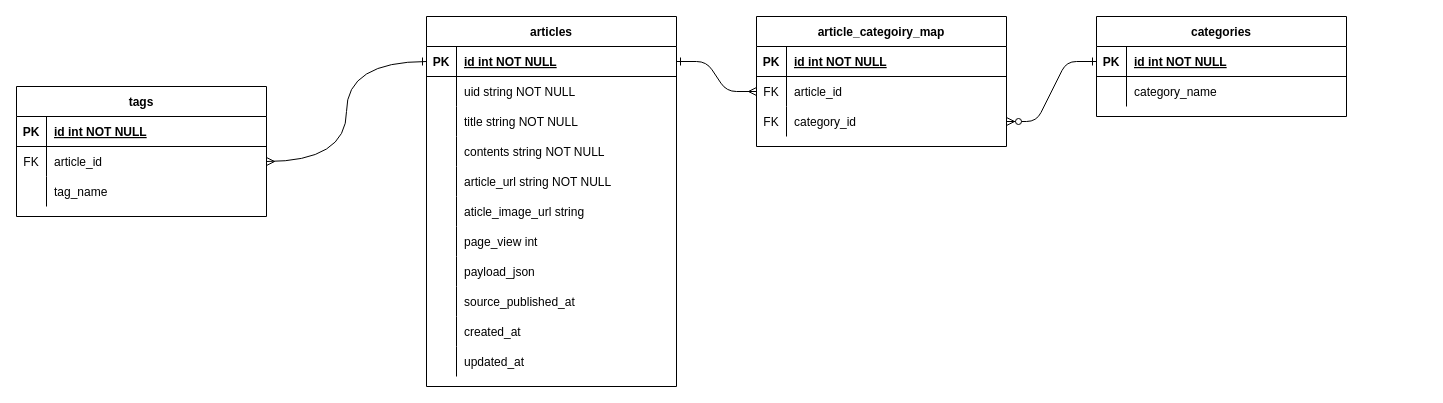
Above: er.drawio in protean-space/g-now (draw.io), before the change. Source tidied: cells renumbered, new cells numbered last; positions are measured from the earlier drawing's top-left corner, leaving out a move shared by most shapes. Both pictures are drawn from the tidied source at 100%, with x=0, y=0 at pixel (16, 16).
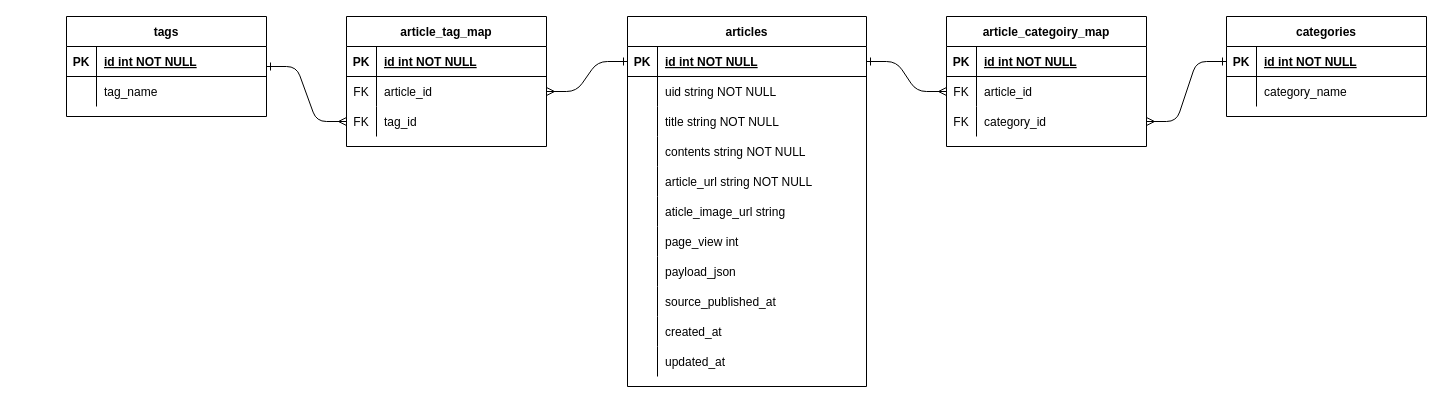
After the change.

Commit message (it also covers changes not shown here):
:memo: Add table 'article_tag_map'

Diff of the diagram source:
```diff
@@
-    <mxCell id="3" style="edgeStyle=entityRelationEdgeStyle;endArrow=ERzeroToMany;startArrow=ERone;endFill=1;startFill=0;entryX=1;entryY=0.5;entryDx=0;entryDy=0;exitX=0;exitY=0.5;exitDx=0;exitDy=0;" parent="1" edge="1" source="15" target="11">
+    <mxCell id="3" style="edgeStyle=entityRelationEdgeStyle;endArrow=ERmany;startArrow=ERone;endFill=0;startFill=0;entryX=1;entryY=0.5;entryDx=0;entryDy=0;exitX=0;exitY=0.5;exitDx=0;exitDy=0;" parent="1" edge="1" source="15" target="11">
       <mxGeometry relative="1" as="geometry" />
     </mxCell>
     <mxCell id="4" value="article_categoiry_map" style="shape=table;startSize=30;childLayout=tableLayout;rowLines=0;fontStyle=1;align=center;" parent="1" vertex="1">
-      <mxGeometry x="740" width="250" height="130" as="geometry" />
+      <mxGeometry x="930" width="200" height="130" as="geometry" />
     </mxCell>
     <mxCell id="5" style="shape=partialRectangle;fillColor=none;top=0;left=0;right=0;bottom=1;" parent="4" vertex="1">
-      <mxGeometry y="30" width="250" height="30" as="geometry" />
+      <mxGeometry y="30" width="200" height="30" as="geometry" />
     </mxCell>
@@
     <mxCell id="7" value="id int NOT NULL " style="shape=partialRectangle;overflow=hidden;fillColor=none;top=0;left=0;bottom=0;right=0;align=left;spacingLeft=6;fontStyle=5;" parent="5" vertex="1">
-      <mxGeometry x="30" width="220" height="30" as="geometry" />
+      <mxGeometry x="30" width="170" height="30" as="geometry" />
     </mxCell>
     <mxCell id="8" style="shape=partialRectangle;fillColor=none;points=[[0,0.5],[1,0.5]];portConstraint=eastwest;top=0;left=0;right=0;bottom=0;" parent="4" vertex="1">
-      <mxGeometry y="60" width="250" height="30" as="geometry" />
+      <mxGeometry y="60" width="200" height="30" as="geometry" />
     </mxCell>
@@
     <mxCell id="10" value="article_id" style="shape=partialRectangle;overflow=hidden;fillColor=none;top=0;left=0;bottom=0;right=0;align=left;spacingLeft=6;" parent="8" vertex="1">
-      <mxGeometry x="30" width="220" height="30" as="geometry" />
+      <mxGeometry x="30" width="170" height="30" as="geometry" />
     </mxCell>
     <mxCell id="11" style="shape=partialRectangle;fillColor=none;points=[[0,0.5],[1,0.5]];portConstraint=eastwest;top=0;left=0;right=0;bottom=0;" parent="4" vertex="1">
-      <mxGeometry y="90" width="250" height="30" as="geometry" />
+      <mxGeometry y="90" width="200" height="30" as="geometry" />
     </mxCell>
@@
     <mxCell id="13" value="category_id" style="shape=partialRectangle;overflow=hidden;fillColor=none;top=0;left=0;bottom=0;right=0;align=left;spacingLeft=6;" parent="11" vertex="1">
-      <mxGeometry x="30" width="220" height="30" as="geometry" />
+      <mxGeometry x="30" width="170" height="30" as="geometry" />
     </mxCell>
     <mxCell id="14" value="categories" style="shape=table;startSize=30;childLayout=tableLayout;rowLines=0;fontStyle=1;align=center;" parent="1" vertex="1">
-      <mxGeometry x="1080" width="250" height="100" as="geometry" />
+      <mxGeometry x="1210" width="200" height="100" as="geometry" />
     </mxCell>
     <mxCell id="15" style="shape=partialRectangle;fillColor=none;points=[[0,0.5],[1,0.5]];portConstraint=eastwest;top=0;left=0;right=0;bottom=1;" parent="14" vertex="1">
-      <mxGeometry y="30" width="250" height="30" as="geometry" />
+      <mxGeometry y="30" width="200" height="30" as="geometry" />
     </mxCell>
@@
     <mxCell id="17" value="id int NOT NULL" style="shape=partialRectangle;overflow=hidden;fillColor=none;top=0;left=0;bottom=0;right=0;align=left;spacingLeft=6;fontStyle=5;" parent="15" vertex="1">
-      <mxGeometry x="30" width="220" height="30" as="geometry" />
+      <mxGeometry x="30" width="170" height="30" as="geometry" />
     </mxCell>
     <mxCell id="18" style="shape=partialRectangle;fillColor=none;top=0;left=0;right=0;bottom=0;" parent="14" vertex="1">
-      <mxGeometry y="60" width="250" height="30" as="geometry" />
+      <mxGeometry y="60" width="200" height="30" as="geometry" />
     </mxCell>
@@
     <mxCell id="20" value="category_name" style="shape=partialRectangle;overflow=hidden;fillColor=none;top=0;left=0;bottom=0;right=0;align=left;spacingLeft=6;" parent="18" vertex="1">
-      <mxGeometry x="30" width="220" height="30" as="geometry" />
+      <mxGeometry x="30" width="170" height="30" as="geometry" />
     </mxCell>
     <mxCell id="21" value="articles" style="shape=table;startSize=30;childLayout=tableLayout;rowLines=0;fontStyle=1;align=center;fontColor=default;" parent="1" vertex="1">
-      <mxGeometry x="410" width="250" height="370" as="geometry" />
+      <mxGeometry x="611" width="239" height="370" as="geometry" />
     </mxCell>
     <mxCell id="22" style="shape=partialRectangle;fillColor=none;points=[[0,0.5],[1,0.5]];portConstraint=eastwest;top=0;left=0;right=0;bottom=1;" parent="21" vertex="1">
-      <mxGeometry y="30" width="250" height="30" as="geometry" />
+      <mxGeometry y="30" width="239" height="30" as="geometry" />
     </mxCell>
@@
     <mxCell id="24" value="id int NOT NULL " style="shape=partialRectangle;overflow=hidden;fillColor=none;top=0;left=0;bottom=0;right=0;align=left;spacingLeft=6;fontStyle=5;" parent="22" vertex="1">
-      <mxGeometry x="30" width="220" height="30" as="geometry" />
+      <mxGeometry x="30" width="209" height="30" as="geometry" />
     </mxCell>
     <mxCell id="25" style="shape=partialRectangle;fillColor=none;top=0;left=0;right=0;bottom=0;" parent="21" vertex="1">
-      <mxGeometry y="60" width="250" height="30" as="geometry" />
+      <mxGeometry y="60" width="239" height="30" as="geometry" />
     </mxCell>
@@
     <mxCell id="27" value="uid string NOT NULL" style="shape=partialRectangle;overflow=hidden;fillColor=none;top=0;left=0;bottom=0;right=0;align=left;spacingLeft=6;" parent="25" vertex="1">
-      <mxGeometry x="30" width="220" height="30" as="geometry" />
+      <mxGeometry x="30" width="209" height="30" as="geometry" />
     </mxCell>
     <mxCell id="28" style="shape=partialRectangle;fillColor=none;top=0;left=0;right=0;bottom=0;" parent="21" vertex="1">
-      <mxGeometry y="90" width="250" height="30" as="geometry" />
+      <mxGeometry y="90" width="239" height="30" as="geometry" />
     </mxCell>
@@
     <mxCell id="30" value="title string NOT NULL" style="shape=partialRectangle;overflow=hidden;fillColor=none;top=0;left=0;bottom=0;right=0;align=left;spacingLeft=6;" parent="28" vertex="1">
-      <mxGeometry x="30" width="220" height="30" as="geometry" />
+      <mxGeometry x="30" width="209" height="30" as="geometry" />
     </mxCell>
     <mxCell id="31" style="shape=partialRectangle;fillColor=none;top=0;left=0;right=0;bottom=0;" parent="21" vertex="1">
-      <mxGeometry y="120" width="250" height="30" as="geometry" />
+      <mxGeometry y="120" width="239" height="30" as="geometry" />
     </mxCell>
@@
     <mxCell id="33" value="contents string NOT NULL" style="shape=partialRectangle;overflow=hidden;fillColor=none;top=0;left=0;bottom=0;right=0;align=left;spacingLeft=6;" parent="31" vertex="1">
-      <mxGeometry x="30" width="220" height="30" as="geometry" />
+      <mxGeometry x="30" width="209" height="30" as="geometry" />
     </mxCell>
     <mxCell id="34" style="shape=partialRectangle;fillColor=none;top=0;left=0;right=0;bottom=0;" parent="21" vertex="1">
-      <mxGeometry y="150" width="250" height="30" as="geometry" />
+      <mxGeometry y="150" width="239" height="30" as="geometry" />
     </mxCell>
@@
     <mxCell id="36" value="article_url string NOT NULL" style="shape=partialRectangle;overflow=hidden;fillColor=none;top=0;left=0;bottom=0;right=0;align=left;spacingLeft=6;" parent="34" vertex="1">
-      <mxGeometry x="30" width="220" height="30" as="geometry" />
+      <mxGeometry x="30" width="209" height="30" as="geometry" />
     </mxCell>
     <mxCell id="37" style="shape=partialRectangle;fillColor=none;top=0;left=0;right=0;bottom=0;" parent="21" vertex="1">
-      <mxGeometry y="180" width="250" height="30" as="geometry" />
+      <mxGeometry y="180" width="239" height="30" as="geometry" />
     </mxCell>
@@
     <mxCell id="39" value="aticle_image_url string" style="shape=partialRectangle;overflow=hidden;fillColor=none;top=0;left=0;bottom=0;right=0;align=left;spacingLeft=6;" parent="37" vertex="1">
-      <mxGeometry x="30" width="220" height="30" as="geometry" />
+      <mxGeometry x="30" width="209" height="30" as="geometry" />
     </mxCell>
     <mxCell id="40" style="shape=partialRectangle;fillColor=none;top=0;left=0;right=0;bottom=0;" parent="21" vertex="1">
-      <mxGeometry y="210" width="250" height="30" as="geometry" />
+      <mxGeometry y="210" width="239" height="30" as="geometry" />
     </mxCell>
@@
     <mxCell id="42" value="page_view int" style="shape=partialRectangle;overflow=hidden;fillColor=none;top=0;left=0;bottom=0;right=0;align=left;spacingLeft=6;" parent="40" vertex="1">
-      <mxGeometry x="30" width="220" height="30" as="geometry" />
+      <mxGeometry x="30" width="209" height="30" as="geometry" />
     </mxCell>
     <mxCell id="43" style="shape=partialRectangle;fillColor=none;top=0;left=0;right=0;bottom=0;" parent="21" vertex="1">
-      <mxGeometry y="240" width="250" height="30" as="geometry" />
+      <mxGeometry y="240" width="239" height="30" as="geometry" />
     </mxCell>
@@
     <mxCell id="45" value="payload_json" style="shape=partialRectangle;overflow=hidden;fillColor=none;top=0;left=0;bottom=0;right=0;align=left;spacingLeft=6;" parent="43" vertex="1">
-      <mxGeometry x="30" width="220" height="30" as="geometry" />
+      <mxGeometry x="30" width="209" height="30" as="geometry" />
     </mxCell>
     <mxCell id="46" style="shape=partialRectangle;fillColor=none;top=0;left=0;right=0;bottom=0;" parent="21" vertex="1">
-      <mxGeometry y="270" width="250" height="30" as="geometry" />
+      <mxGeometry y="270" width="239" height="30" as="geometry" />
     </mxCell>
@@
     <mxCell id="48" value="source_published_at" style="shape=partialRectangle;overflow=hidden;fillColor=none;top=0;left=0;bottom=0;right=0;align=left;spacingLeft=6;" parent="46" vertex="1">
-      <mxGeometry x="30" width="220" height="30" as="geometry" />
+      <mxGeometry x="30" width="209" height="30" as="geometry" />
     </mxCell>
     <mxCell id="49" style="shape=partialRectangle;fillColor=none;top=0;left=0;right=0;bottom=0;" parent="21" vertex="1">
-      <mxGeometry y="300" width="250" height="30" as="geometry" />
+      <mxGeometry y="300" width="239" height="30" as="geometry" />
     </mxCell>
@@
     <mxCell id="51" value="created_at" style="shape=partialRectangle;overflow=hidden;fillColor=none;top=0;left=0;bottom=0;right=0;align=left;spacingLeft=6;" parent="49" vertex="1">
-      <mxGeometry x="30" width="220" height="30" as="geometry" />
+      <mxGeometry x="30" width="209" height="30" as="geometry" />
     </mxCell>
     <mxCell id="52" style="shape=partialRectangle;fillColor=none;top=0;left=0;right=0;bottom=0;" parent="21" vertex="1">
-      <mxGeometry y="330" width="250" height="30" as="geometry" />
+      <mxGeometry y="330" width="239" height="30" as="geometry" />
     </mxCell>
@@
     <mxCell id="54" value="updated_at" style="shape=partialRectangle;overflow=hidden;fillColor=none;top=0;left=0;bottom=0;right=0;align=left;spacingLeft=6;" parent="52" vertex="1">
-      <mxGeometry x="30" width="220" height="30" as="geometry" />
+      <mxGeometry x="30" width="209" height="30" as="geometry" />
     </mxCell>
+    <mxCell id="66" value="article_tag_map" style="shape=table;startSize=30;childLayout=tableLayout;rowLines=0;fontStyle=1;align=center;" parent="1" vertex="1">
+      <mxGeometry x="330" width="200" height="130" as="geometry" />
+    </mxCell>
+    <mxCell id="67" style="shape=partialRectangle;fillColor=none;top=0;left=0;right=0;bottom=1;" parent="66" vertex="1">
+      <mxGeometry y="30" width="200" height="30" as="geometry" />
+    </mxCell>
+    <mxCell id="68" value="PK" style="shape=partialRectangle;overflow=hidden;fillColor=none;top=0;left=0;bottom=0;right=0;fontStyle=1;" parent="67" vertex="1">
+      <mxGeometry width="30" height="30" as="geometry" />
+    </mxCell>
+    <mxCell id="69" value="id int NOT NULL " style="shape=partialRectangle;overflow=hidden;fillColor=none;top=0;left=0;bottom=0;right=0;align=left;spacingLeft=6;fontStyle=5;" parent="67" vertex="1">
+      <mxGeometry x="30" width="170" height="30" as="geometry" />
+    </mxCell>
+    <mxCell id="70" style="shape=partialRectangle;fillColor=none;points=[[0,0.5],[1,0.5]];portConstraint=eastwest;top=0;left=0;right=0;bottom=0;" parent="66" vertex="1">
+      <mxGeometry y="60" width="200" height="30" as="geometry" />
+    </mxCell>
+    <mxCell id="71" value="FK" style="shape=partialRectangle;overflow=hidden;fillColor=none;top=0;left=0;bottom=0;right=0;" parent="70" vertex="1">
+      <mxGeometry width="30" height="30" as="geometry" />
+    </mxCell>
+    <mxCell id="61" value="article_id" style="shape=partialRectangle;overflow=hidden;fillColor=none;top=0;left=0;bottom=0;right=0;align=left;spacingLeft=6;" parent="70" vertex="1">
+      <mxGeometry x="30" width="170" height="30" as="geometry" />
+    </mxCell>
+    <mxCell id="72" style="shape=partialRectangle;fillColor=none;points=[[0,0.5],[1,0.5]];portConstraint=eastwest;top=0;left=0;right=0;bottom=0;" parent="66" vertex="1">
+      <mxGeometry y="90" width="200" height="30" as="geometry" />
+    </mxCell>
+    <mxCell id="73" value="FK" style="shape=partialRectangle;overflow=hidden;fillColor=none;top=0;left=0;bottom=0;right=0;" parent="72" vertex="1">
+      <mxGeometry width="30" height="30" as="geometry" />
+    </mxCell>
+    <mxCell id="74" value="tag_id" style="shape=partialRectangle;overflow=hidden;fillColor=none;top=0;left=0;bottom=0;right=0;align=left;spacingLeft=6;" parent="72" vertex="1">
+      <mxGeometry x="30" width="170" height="30" as="geometry" />
+    </mxCell>
+    <mxCell id="75" style="edgeStyle=entityRelationEdgeStyle;html=1;entryX=1;entryY=0.5;entryDx=0;entryDy=0;endArrow=ERmany;endFill=0;startArrow=ERone;startFill=0;" parent="1" edge="1" source="22" target="70">
+      <mxGeometry relative="1" as="geometry" />
+    </mxCell>
+    <mxCell id="76" style="edgeStyle=entityRelationEdgeStyle;html=1;entryX=0;entryY=0.5;entryDx=0;entryDy=0;startArrow=ERone;startFill=0;endArrow=ERmany;endFill=0;" parent="1" edge="1" source="55" target="72">
+      <mxGeometry relative="1" as="geometry" />
+    </mxCell>
     <mxCell id="55" value="tags" style="shape=table;startSize=30;childLayout=tableLayout;rowLines=0;fontStyle=1;align=center;" parent="1" vertex="1">
-      <mxGeometry y="70" width="250" height="130" as="geometry" />
+      <mxGeometry x="50" width="200" height="100" as="geometry" />
     </mxCell>
-    <mxCell id="56" style="shape=partialRectangle;fillColor=none;top=0;left=0;right=0;bottom=1;" parent="55" vertex="1">
-      <mxGeometry y="30" width="250" height="30" as="geometry" />
-    </mxCell>
-    <mxCell id="57" value="PK" style="shape=partialRectangle;overflow=hidden;fillColor=none;top=0;left=0;bottom=0;right=0;fontStyle=1;" parent="56" vertex="1">
-      <mxGeometry width="30" height="30" as="geometry" />
-    </mxCell>
+    <mxCell id="77" style="shape=partialRectangle;fillColor=none;top=0;left=0;right=0;bottom=1;" parent="55" vertex="1">
+      <mxGeometry y="30" width="200" height="30" as="geometry" />
+    </mxCell>
+    <mxCell id="78" value="PK" style="shape=partialRectangle;overflow=hidden;fillColor=none;top=0;left=0;bottom=0;right=0;fontStyle=1;" parent="77" vertex="1">
+      <mxGeometry width="30" height="30" as="geometry" />
+    </mxCell>
-    <mxCell id="58" value="id int NOT NULL" style="shape=partialRectangle;overflow=hidden;fillColor=none;top=0;left=0;bottom=0;right=0;align=left;spacingLeft=6;fontStyle=5;" parent="56" vertex="1">
-      <mxGeometry x="30" width="220" height="30" as="geometry" />
+    <mxCell id="58" value="id int NOT NULL" style="shape=partialRectangle;overflow=hidden;fillColor=none;top=0;left=0;bottom=0;right=0;align=left;spacingLeft=6;fontStyle=5;" parent="77" vertex="1">
+      <mxGeometry x="30" width="170" height="30" as="geometry" />
     </mxCell>
-    <mxCell id="59" style="shape=partialRectangle;fillColor=none;points=[[0,0.5],[1,0.5]];portConstraint=eastwest;top=0;left=0;right=0;bottom=0;" parent="55" vertex="1">
-      <mxGeometry y="60" width="250" height="30" as="geometry" />
-    </mxCell>
-    <mxCell id="60" value="FK" style="shape=partialRectangle;overflow=hidden;fillColor=none;top=0;left=0;bottom=0;right=0;" parent="59" vertex="1">
-      <mxGeometry width="30" height="30" as="geometry" />
-    </mxCell>
-    <mxCell id="61" value="article_id" style="shape=partialRectangle;overflow=hidden;fillColor=none;top=0;left=0;bottom=0;right=0;align=left;spacingLeft=6;" parent="59" vertex="1">
-      <mxGeometry x="30" width="220" height="30" as="geometry" />
-    </mxCell>
-    <mxCell id="62" style="shape=partialRectangle;fillColor=none;top=0;left=0;right=0;bottom=0;" parent="55" vertex="1">
-      <mxGeometry y="90" width="250" height="30" as="geometry" />
-    </mxCell>
+    <mxCell id="79" style="shape=partialRectangle;fillColor=none;top=0;left=0;right=0;bottom=0;" parent="55" vertex="1">
+      <mxGeometry y="60" width="200" height="30" as="geometry" />
+    </mxCell>
-    <mxCell id="63" style="shape=partialRectangle;overflow=hidden;fillColor=none;top=0;left=0;bottom=0;right=0;" parent="62" vertex="1">
+    <mxCell id="63" style="shape=partialRectangle;overflow=hidden;fillColor=none;top=0;left=0;bottom=0;right=0;" parent="79" vertex="1">
       <mxGeometry width="30" height="30" as="geometry" />
     </mxCell>
-    <mxCell id="64" value="tag_name" style="shape=partialRectangle;overflow=hidden;fillColor=none;top=0;left=0;bottom=0;right=0;align=left;spacingLeft=6;" parent="62" vertex="1">
-      <mxGeometry x="30" width="220" height="30" as="geometry" />
+    <mxCell id="64" value="tag_name" style="shape=partialRectangle;overflow=hidden;fillColor=none;top=0;left=0;bottom=0;right=0;align=left;spacingLeft=6;" parent="79" vertex="1">
+      <mxGeometry x="30" width="170" height="30" as="geometry" />
     </mxCell>
-    <mxCell id="65" style="edgeStyle=orthogonalEdgeStyle;curved=1;html=1;entryX=1;entryY=0.5;entryDx=0;entryDy=0;endArrow=ERmany;endFill=0;startArrow=ERone;startFill=0;" parent="1" edge="1" source="22" target="59">
-      <mxGeometry relative="1" as="geometry" />
-    </mxCell>
```
